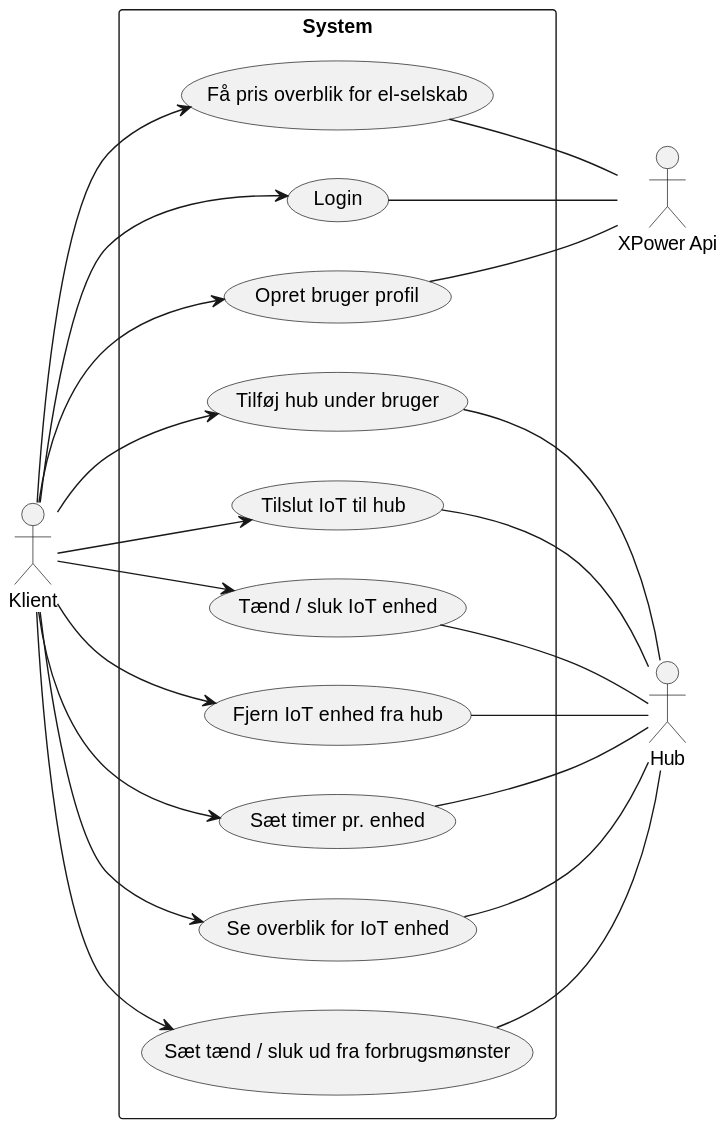
Casp7654/XPower keeps this PlantUML diagram as docs/SVG/use cases/System/Use case.svg. Above is the earlier version. Its diagram source:
```plantuml
@startuml Use case
left to right direction
skinparam packageStyle rectangle

:Klient: as cl
:XPower Api: as api
:Hub: as hub

rectangle System {
    usecase "Login" as wuc1
    usecase "Tilslut IoT til hub" as wuc2
    usecase "Tænd / sluk IoT enhed" as wuc3
    usecase "Fjern IoT enhed fra hub" as wuc4
    usecase "Sæt timer pr. enhed" as wuc5
    usecase "Se overblik for IoT enhed" as wuc6
    usecase "Sæt tænd / sluk ud fra forbrugsmønster" as wuc7
    usecase "Opret bruger profil" as wuc8
    usecase "Tilføj hub under bruger" as wuc9
    usecase "Få pris overblik for el-selskab" as wuc10
}

cl --> wuc1
cl --> wuc2
cl --> wuc3
cl --> wuc4
cl --> wuc5
cl --> wuc6
cl --> wuc7
cl --> wuc8
cl --> wuc9
cl --> wuc10

wuc1 -- api
wuc8 -- api
wuc10 -- api

wuc2 -- hub
wuc3 -- hub
wuc4 -- hub
wuc5 -- hub
wuc6 -- hub
wuc7 -- hub
wuc9 -- hub

@enduml
```
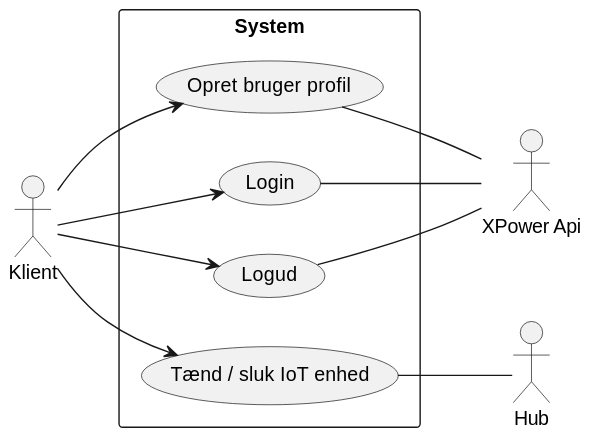
The same file after the commit.

Commit message:
edited use cases (#50)

What changed in the source:
```diff
@@ -8,38 +8,20 @@
 
 rectangle System {
     usecase "Login" as wuc1
-    usecase "Tilslut IoT til hub" as wuc2
+    usecase "Logud" as wuc2
     usecase "Tænd / sluk IoT enhed" as wuc3
-    usecase "Fjern IoT enhed fra hub" as wuc4
-    usecase "Sæt timer pr. enhed" as wuc5
-    usecase "Se overblik for IoT enhed" as wuc6
-    usecase "Sæt tænd / sluk ud fra forbrugsmønster" as wuc7
-    usecase "Opret bruger profil" as wuc8
-    usecase "Tilføj hub under bruger" as wuc9
-    usecase "Få pris overblik for el-selskab" as wuc10
+    usecase "Opret bruger profil" as wuc4
 }
 
 cl --> wuc1
 cl --> wuc2
 cl --> wuc3
 cl --> wuc4
-cl --> wuc5
-cl --> wuc6
-cl --> wuc7
-cl --> wuc8
-cl --> wuc9
-cl --> wuc10
 
 wuc1 -- api
-wuc8 -- api
-wuc10 -- api
+wuc2 -- api
+wuc4 -- api
 
-wuc2 -- hub
 wuc3 -- hub
-wuc4 -- hub
-wuc5 -- hub
-wuc6 -- hub
-wuc7 -- hub
-wuc9 -- hub
 
 @enduml
```
